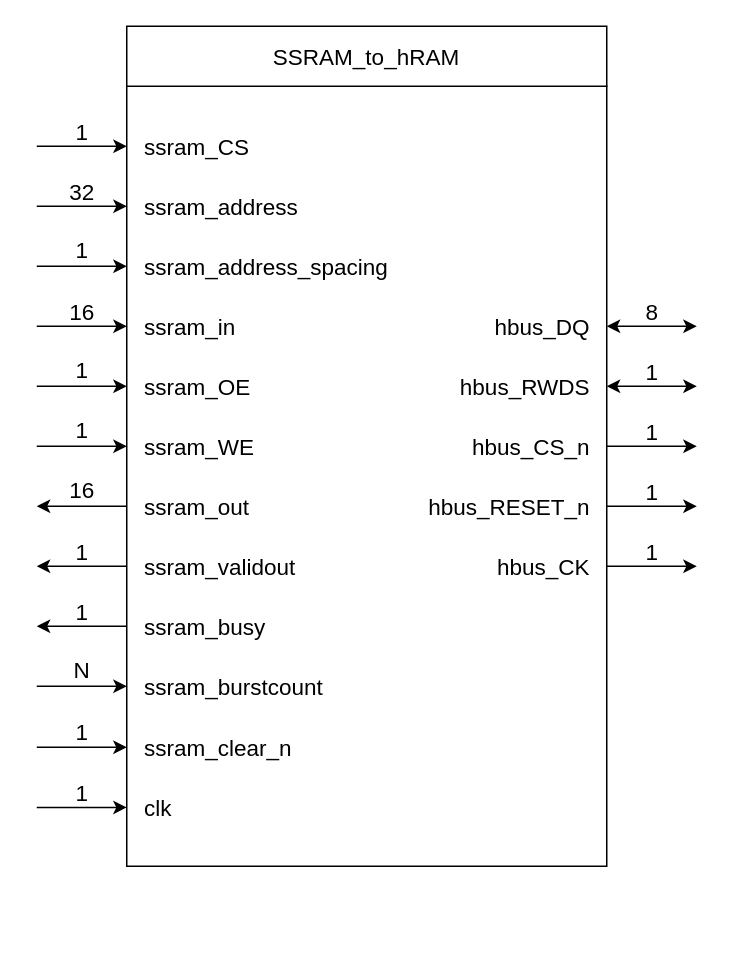
The draw.io diagram page "SSRAM_to_hRAM" (1 of 4) of IP_cores/AvalonMM_to_hRAM/SSRAM_to_hRAM_v1/rtl/SSRAM_to_hRAM.drawio in AndreaBononi/IP_cores, before the edit. Source tidied: cells renumbered, new cells numbered last; positions are measured from the earlier drawing's top-left corner, leaving out a move shared by most shapes. Both pictures are drawn from the tidied source at 150%, with x=0, y=0 at pixel (36, 26).
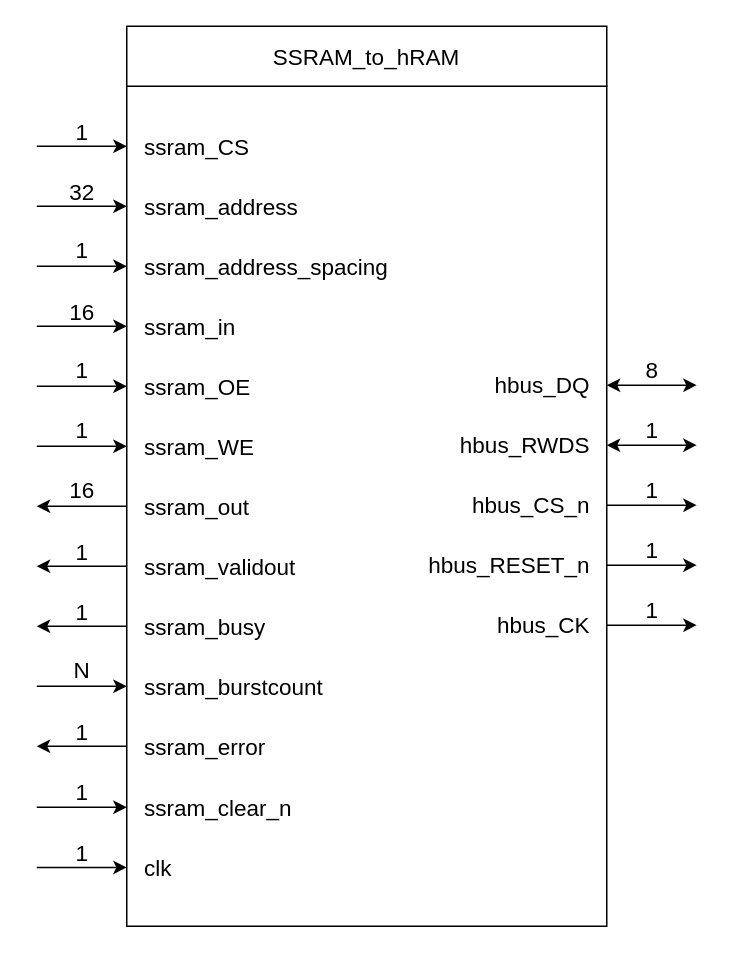
The same diagram, later.

Commit message (it also covers changes not shown here):
SSRAM to hRAM: synchronizer

What changed in the source:
```diff
@@
     <mxCell id="2" style="rounded=0;whiteSpace=wrap;html=1;" parent="1" vertex="1">
-      <mxGeometry x="60" y="40" width="320" height="520" as="geometry" />
+      <mxGeometry x="60" y="40" width="320" height="560" as="geometry" />
     </mxCell>
     <mxCell id="3" value="hbus_DQ" style="text;html=1;align=right;verticalAlign=middle;strokeColor=none;fillColor=none;fontSize=15;" parent="1" vertex="1">
-      <mxGeometry x="280" y="185" width="90" height="30" as="geometry" />
+      <mxGeometry x="280" y="224.3" width="90" height="30" as="geometry" />
     </mxCell>
     <mxCell id="4" value="hbus_CS_n" style="text;html=1;align=right;verticalAlign=middle;strokeColor=none;fillColor=none;fontSize=15;" parent="1" vertex="1">
-      <mxGeometry x="270" y="265" width="100" height="30" as="geometry" />
+      <mxGeometry x="270" y="304.3" width="100" height="30" as="geometry" />
     </mxCell>
     <mxCell id="5" value="hbus_CK" style="text;html=1;align=right;verticalAlign=middle;strokeColor=none;fillColor=none;fontSize=15;" parent="1" vertex="1">
-      <mxGeometry x="280" y="345" width="90" height="30" as="geometry" />
+      <mxGeometry x="280" y="384.3" width="90" height="30" as="geometry" />
     </mxCell>
     <mxCell id="6" value="&lt;div&gt;hbus_RESET_n&lt;/div&gt;" style="text;html=1;align=right;verticalAlign=middle;strokeColor=none;fillColor=none;fontSize=15;" parent="1" vertex="1">
-      <mxGeometry x="240" y="305" width="130" height="30" as="geometry" />
+      <mxGeometry x="240" y="344.3" width="130" height="30" as="geometry" />
     </mxCell>
     <mxCell id="7" value="&lt;div&gt;hbus_RWDS&lt;/div&gt;" style="text;html=1;align=right;verticalAlign=middle;strokeColor=none;fillColor=none;fontSize=15;" parent="1" vertex="1">
-      <mxGeometry x="260" y="225" width="110" height="30" as="geometry" />
+      <mxGeometry x="260" y="264.3" width="110" height="30" as="geometry" />
     </mxCell>
@@
     <mxCell id="9" style="endArrow=classic;html=1;rounded=0;fontSize=15;" parent="1" edge="1">
       <mxGeometry relative="1" as="geometry">
-        <mxPoint x="380" y="360" as="sourcePoint" />
-        <mxPoint x="440" y="360" as="targetPoint" />
+        <mxPoint x="380" y="399.3" as="sourcePoint" />
+        <mxPoint x="440" y="399.3" as="targetPoint" />
       </mxGeometry>
     </mxCell>
     <mxCell id="10" value="1" style="text;html=1;align=center;verticalAlign=middle;strokeColor=none;fillColor=none;fontSize=15;" parent="1" vertex="1">
-      <mxGeometry x="400" y="340" width="20" height="20" as="geometry" />
+      <mxGeometry x="400" y="379.3" width="20" height="20" as="geometry" />
     </mxCell>
     <mxCell id="11" style="endArrow=classic;html=1;rounded=0;fontSize=15;" parent="1" edge="1">
       <mxGeometry relative="1" as="geometry">
-        <mxPoint x="380" y="320" as="sourcePoint" />
-        <mxPoint x="440" y="320" as="targetPoint" />
+        <mxPoint x="380" y="359.3" as="sourcePoint" />
+        <mxPoint x="440" y="359.3" as="targetPoint" />
       </mxGeometry>
     </mxCell>
     <mxCell id="12" value="1" style="text;html=1;align=center;verticalAlign=middle;strokeColor=none;fillColor=none;fontSize=15;" parent="1" vertex="1">
-      <mxGeometry x="400" y="300" width="20" height="20" as="geometry" />
+      <mxGeometry x="400" y="339.3" width="20" height="20" as="geometry" />
     </mxCell>
     <mxCell id="13" style="endArrow=classic;html=1;rounded=0;fontSize=15;" parent="1" edge="1">
       <mxGeometry relative="1" as="geometry">
-        <mxPoint x="380" y="280" as="sourcePoint" />
-        <mxPoint x="440" y="280" as="targetPoint" />
+        <mxPoint x="380" y="319.3" as="sourcePoint" />
+        <mxPoint x="440" y="319.3" as="targetPoint" />
       </mxGeometry>
     </mxCell>
     <mxCell id="14" value="1" style="text;html=1;align=center;verticalAlign=middle;strokeColor=none;fillColor=none;fontSize=15;" parent="1" vertex="1">
-      <mxGeometry x="400" y="260" width="20" height="20" as="geometry" />
+      <mxGeometry x="400" y="299.3" width="20" height="20" as="geometry" />
     </mxCell>
     <mxCell id="15" style="endArrow=classic;html=1;rounded=0;fontSize=15;startArrow=classic;startFill=1;" parent="1" edge="1">
       <mxGeometry relative="1" as="geometry">
-        <mxPoint x="380" y="240" as="sourcePoint" />
-        <mxPoint x="440" y="240" as="targetPoint" />
+        <mxPoint x="380" y="279.3" as="sourcePoint" />
+        <mxPoint x="440" y="279.3" as="targetPoint" />
       </mxGeometry>
     </mxCell>
     <mxCell id="16" value="1" style="text;html=1;align=center;verticalAlign=middle;strokeColor=none;fillColor=none;fontSize=15;" parent="1" vertex="1">
-      <mxGeometry x="400" y="220" width="20" height="20" as="geometry" />
+      <mxGeometry x="400" y="259.3" width="20" height="20" as="geometry" />
     </mxCell>
     <mxCell id="17" style="endArrow=classic;html=1;rounded=0;fontSize=15;startArrow=classic;startFill=1;" parent="1" edge="1">
       <mxGeometry relative="1" as="geometry">
-        <mxPoint x="380" y="200" as="sourcePoint" />
-        <mxPoint x="440" y="200" as="targetPoint" />
+        <mxPoint x="380" y="239.3" as="sourcePoint" />
+        <mxPoint x="440" y="239.3" as="targetPoint" />
       </mxGeometry>
     </mxCell>
     <mxCell id="18" value="8" style="text;html=1;align=center;verticalAlign=middle;strokeColor=none;fillColor=none;fontSize=15;" parent="1" vertex="1">
-      <mxGeometry x="400" y="180" width="20" height="20" as="geometry" />
+      <mxGeometry x="400" y="219.3" width="20" height="20" as="geometry" />
     </mxCell>
@@
     <mxCell id="43" style="endArrow=classic;html=1;rounded=0;fontSize=15;" parent="1" edge="1">
       <mxGeometry relative="1" as="geometry">
-        <mxPoint y="480.7" as="sourcePoint" />
-        <mxPoint x="60" y="480.7" as="targetPoint" />
+        <mxPoint y="520.7" as="sourcePoint" />
+        <mxPoint x="60" y="520.7" as="targetPoint" />
       </mxGeometry>
     </mxCell>
     <mxCell id="44" value="1" style="text;html=1;align=center;verticalAlign=middle;strokeColor=none;fillColor=none;fontSize=15;" parent="1" vertex="1">
-      <mxGeometry x="20" y="460" width="20" height="20" as="geometry" />
+      <mxGeometry x="20" y="500" width="20" height="20" as="geometry" />
     </mxCell>
     <mxCell id="45" value="&lt;font style=&quot;font-size: 15px;&quot;&gt;ssram_clear_n&lt;/font&gt;" style="text;html=1;align=left;verticalAlign=middle;strokeColor=none;fillColor=none;rotation=0;" parent="1" vertex="1">
-      <mxGeometry x="70" y="465.7" width="120" height="30" as="geometry" />
+      <mxGeometry x="70" y="505.7" width="120" height="30" as="geometry" />
     </mxCell>
     <mxCell id="46" style="endArrow=classic;html=1;rounded=0;fontSize=15;" parent="1" edge="1">
       <mxGeometry relative="1" as="geometry">
-        <mxPoint y="520.8" as="sourcePoint" />
-        <mxPoint x="60" y="520.8" as="targetPoint" />
+        <mxPoint y="560.8" as="sourcePoint" />
+        <mxPoint x="60" y="560.8" as="targetPoint" />
       </mxGeometry>
     </mxCell>
     <mxCell id="47" value="1" style="text;html=1;align=center;verticalAlign=middle;strokeColor=none;fillColor=none;fontSize=15;" parent="1" vertex="1">
-      <mxGeometry x="20" y="501" width="20" height="20" as="geometry" />
+      <mxGeometry x="20" y="541" width="20" height="20" as="geometry" />
     </mxCell>
     <mxCell id="48" value="&lt;font style=&quot;font-size: 15px;&quot;&gt;clk&lt;/font&gt;" style="text;html=1;align=left;verticalAlign=middle;strokeColor=none;fillColor=none;rotation=0;" parent="1" vertex="1">
-      <mxGeometry x="70" y="506" width="40" height="30" as="geometry" />
+      <mxGeometry x="70" y="546" width="40" height="30" as="geometry" />
     </mxCell>
@@
+    <mxCell id="55" style="endArrow=none;html=1;rounded=0;fontSize=15;startArrow=classic;startFill=1;endFill=0;" parent="1" edge="1">
+      <mxGeometry relative="1" as="geometry">
+        <mxPoint y="480" as="sourcePoint" />
+        <mxPoint x="60" y="480" as="targetPoint" />
+      </mxGeometry>
+    </mxCell>
+    <mxCell id="56" value="&lt;font style=&quot;font-size: 15px;&quot;&gt;ssram_error&lt;/font&gt;" style="text;html=1;align=left;verticalAlign=middle;strokeColor=none;fillColor=none;" parent="1" vertex="1">
+      <mxGeometry x="70" y="465" width="100" height="30" as="geometry" />
+    </mxCell>
+    <mxCell id="57" value="1" style="text;html=1;align=center;verticalAlign=middle;strokeColor=none;fillColor=none;fontSize=15;" parent="1" vertex="1">
+      <mxGeometry x="20" y="460" width="20" height="20" as="geometry" />
+    </mxCell>
```
